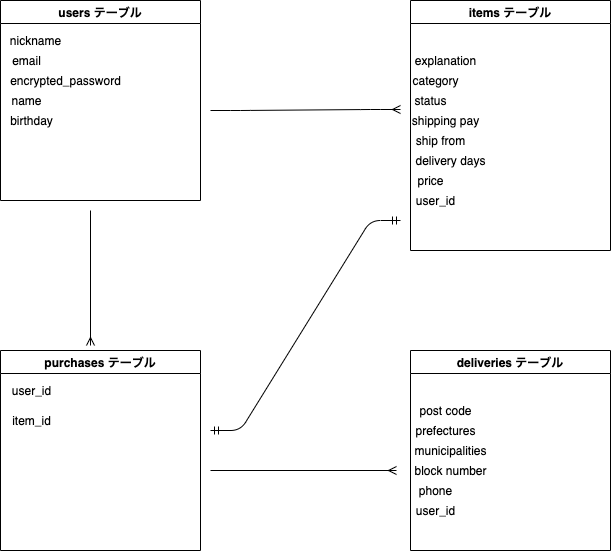
This is .drawio.png from Tokusyaka/furima-36742, a draw.io export, as it was before one commit. Source tidied: cells renumbered, new cells last; positions are measured from the earlier drawing's top-left corner, leaving out a move shared by most shapes.
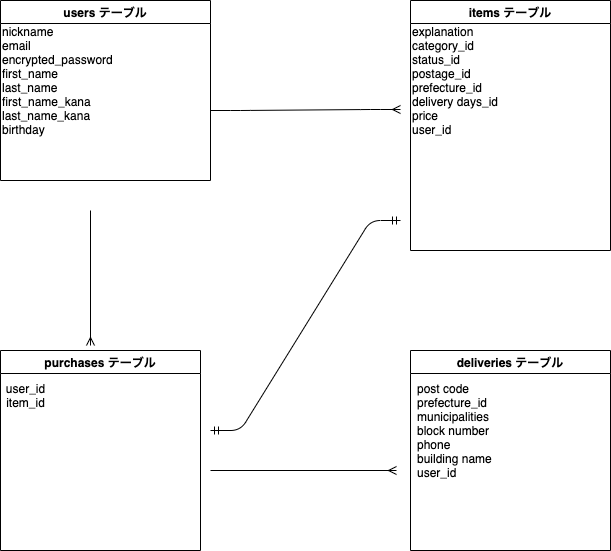
The same diagram one commit later.

Diff of the diagram source:
```diff
@@ -3,80 +3,32 @@
     <mxCell id="0" />
     <mxCell id="1" parent="0" />
     <mxCell id="2" value="users テーブル" style="swimlane;" parent="1" vertex="1">
-      <mxGeometry width="200" height="200" as="geometry" />
+      <mxGeometry width="210" height="180" as="geometry" />
     </mxCell>
-    <mxCell id="3" value="nickname" style="text;html=1;align=center;verticalAlign=middle;strokeColor=none;" parent="2" vertex="1">
-      <mxGeometry y="30" width="70" height="20" as="geometry" />
-    </mxCell>
-    <mxCell id="4" value="email" style="text;html=1;align=center;verticalAlign=middle;strokeColor=none;" parent="2" vertex="1">
-      <mxGeometry x="6" y="50" width="40" height="20" as="geometry" />
-    </mxCell>
-    <mxCell id="5" value="encrypted_password" style="text;html=1;align=center;verticalAlign=middle;strokeColor=none;" parent="2" vertex="1">
-      <mxGeometry y="70" width="130" height="20" as="geometry" />
-    </mxCell>
-    <mxCell id="6" value="name" style="text;html=1;align=center;verticalAlign=middle;strokeColor=none;" parent="2" vertex="1">
-      <mxGeometry x="1" y="90" width="50" height="20" as="geometry" />
+    <mxCell id="6" value="&lt;div&gt;&lt;/div&gt;" style="text;html=1;align=left;verticalAlign=middle;strokeColor=none;" parent="2" vertex="1">
+      <mxGeometry x="6" y="115" width="20" height="10" as="geometry" />
     </mxCell>
-    <mxCell id="7" value="birthday" style="text;html=1;align=center;verticalAlign=middle;strokeColor=none;" parent="2" vertex="1">
-      <mxGeometry x="1" y="110" width="60" height="20" as="geometry" />
-    </mxCell>
+    <mxCell id="31" value="nickname&lt;br&gt;email&lt;br&gt;encrypted_password&lt;br&gt;&lt;div style=&quot;&quot;&gt;first_name&lt;/div&gt;&lt;span style=&quot;&quot;&gt;last_name&lt;/span&gt;&lt;br style=&quot;&quot;&gt;&lt;span style=&quot;&quot;&gt;first_name_kana&lt;/span&gt;&lt;br style=&quot;&quot;&gt;&lt;span style=&quot;&quot;&gt;last_name_kana&lt;br&gt;&lt;/span&gt;birthday" style="text;html=1;align=left;verticalAlign=middle;strokeColor=none;" parent="2" vertex="1">
+      <mxGeometry y="20" width="130" height="120" as="geometry" />
+    </mxCell>
     <mxCell id="8" value="items テーブル" style="swimlane;" parent="1" vertex="1">
       <mxGeometry x="410" width="200" height="250" as="geometry" />
     </mxCell>
-    <mxCell id="9" value="explanation" style="text;html=1;align=center;verticalAlign=middle;strokeColor=none;" parent="8" vertex="1">
-      <mxGeometry x="-5" y="50" width="80" height="20" as="geometry" />
-    </mxCell>
-    <mxCell id="10" value="category" style="text;html=1;align=center;verticalAlign=middle;strokeColor=none;" parent="8" vertex="1">
-      <mxGeometry x="-5" y="70" width="60" height="20" as="geometry" />
-    </mxCell>
-    <mxCell id="11" value="status" style="text;html=1;align=center;verticalAlign=middle;strokeColor=none;" parent="8" vertex="1">
-      <mxGeometry x="-5" y="90" width="50" height="20" as="geometry" />
-    </mxCell>
-    <mxCell id="12" value="shipping pay" style="text;html=1;align=center;verticalAlign=middle;strokeColor=none;" parent="8" vertex="1">
-      <mxGeometry x="-5" y="110" width="80" height="20" as="geometry" />
-    </mxCell>
-    <mxCell id="13" value="delivery days" style="text;html=1;align=center;verticalAlign=middle;strokeColor=none;" parent="8" vertex="1">
-      <mxGeometry x="-5" y="150" width="90" height="20" as="geometry" />
-    </mxCell>
-    <mxCell id="14" value="price" style="text;html=1;align=center;verticalAlign=middle;strokeColor=none;" parent="8" vertex="1">
-      <mxGeometry y="170" width="40" height="20" as="geometry" />
-    </mxCell>
-    <mxCell id="15" value="user_id" style="text;html=1;align=center;verticalAlign=middle;strokeColor=none;" parent="8" vertex="1">
-      <mxGeometry y="190" width="50" height="20" as="geometry" />
-    </mxCell>
-    <mxCell id="16" value="ship from" style="text;html=1;align=center;verticalAlign=middle;strokeColor=none;" parent="8" vertex="1">
-      <mxGeometry y="130" width="60" height="20" as="geometry" />
-    </mxCell>
+    <mxCell id="32" value="explanation&lt;br&gt;category_id&lt;br&gt;status_id&lt;br&gt;postage_id&lt;br&gt;prefecture_id&lt;br&gt;delivery days_id&lt;br&gt;price&lt;br&gt;user_id" style="text;html=1;align=left;verticalAlign=middle;strokeColor=none;" parent="8" vertex="1">
+      <mxGeometry y="20" width="100" height="120" as="geometry" />
+    </mxCell>
     <mxCell id="17" value="deliveries テーブル" style="swimlane;align=center;" parent="1" vertex="1">
       <mxGeometry x="410" y="350" width="200" height="200" as="geometry" />
     </mxCell>
-    <mxCell id="18" value="post code" style="text;html=1;align=center;verticalAlign=middle;strokeColor=none;" parent="17" vertex="1">
-      <mxGeometry y="50" width="70" height="20" as="geometry" />
-    </mxCell>
-    <mxCell id="19" value="prefectures" style="text;html=1;align=center;verticalAlign=middle;strokeColor=none;" parent="17" vertex="1">
-      <mxGeometry x="-5" y="70" width="80" height="20" as="geometry" />
-    </mxCell>
-    <mxCell id="20" value="municipalities" style="text;html=1;align=center;verticalAlign=middle;strokeColor=none;" parent="17" vertex="1">
-      <mxGeometry x="-5" y="90" width="90" height="20" as="geometry" />
-    </mxCell>
-    <mxCell id="21" value="block number&lt;br&gt;" style="text;html=1;align=center;verticalAlign=middle;strokeColor=none;" parent="17" vertex="1">
-      <mxGeometry x="-5" y="110" width="90" height="20" as="geometry" />
-    </mxCell>
-    <mxCell id="22" value="user_id" style="text;html=1;align=center;verticalAlign=middle;strokeColor=none;" parent="17" vertex="1">
-      <mxGeometry y="150" width="50" height="20" as="geometry" />
-    </mxCell>
-    <mxCell id="23" value="phone" style="text;html=1;align=center;verticalAlign=middle;strokeColor=none;" parent="17" vertex="1">
-      <mxGeometry y="130" width="50" height="20" as="geometry" />
-    </mxCell>
+    <mxCell id="33" value="post code&lt;br&gt;prefecture_id&lt;br&gt;municipalities&lt;br&gt;block number&lt;br&gt;phone&lt;br&gt;building name&lt;br&gt;user_id" style="text;html=1;align=left;verticalAlign=middle;strokeColor=none;" parent="17" vertex="1">
+      <mxGeometry x="5" y="30" width="90" height="100" as="geometry" />
+    </mxCell>
     <mxCell id="24" value="purchases テーブル" style="swimlane;" parent="1" vertex="1">
       <mxGeometry y="350" width="200" height="200" as="geometry" />
     </mxCell>
-    <mxCell id="25" value="user_id" style="text;html=1;align=center;verticalAlign=middle;strokeColor=none;" parent="24" vertex="1">
-      <mxGeometry x="6" y="30" width="50" height="20" as="geometry" />
+    <mxCell id="25" value="user_id&lt;br&gt;item_id" style="text;html=1;align=center;verticalAlign=middle;strokeColor=none;" parent="24" vertex="1">
+      <mxGeometry y="30" width="50" height="30" as="geometry" />
     </mxCell>
-    <mxCell id="26" value="item_id" style="text;html=1;align=center;verticalAlign=middle;strokeColor=none;" parent="24" vertex="1">
-      <mxGeometry x="6" y="60" width="50" height="20" as="geometry" />
-    </mxCell>
     <mxCell id="27" style="edgeStyle=entityRelationEdgeStyle;fontSize=12;html=1;endArrow=ERmany;" parent="1" edge="1">
       <mxGeometry relative="1" as="geometry">
         <mxPoint x="210" y="110" as="sourcePoint" />
```
